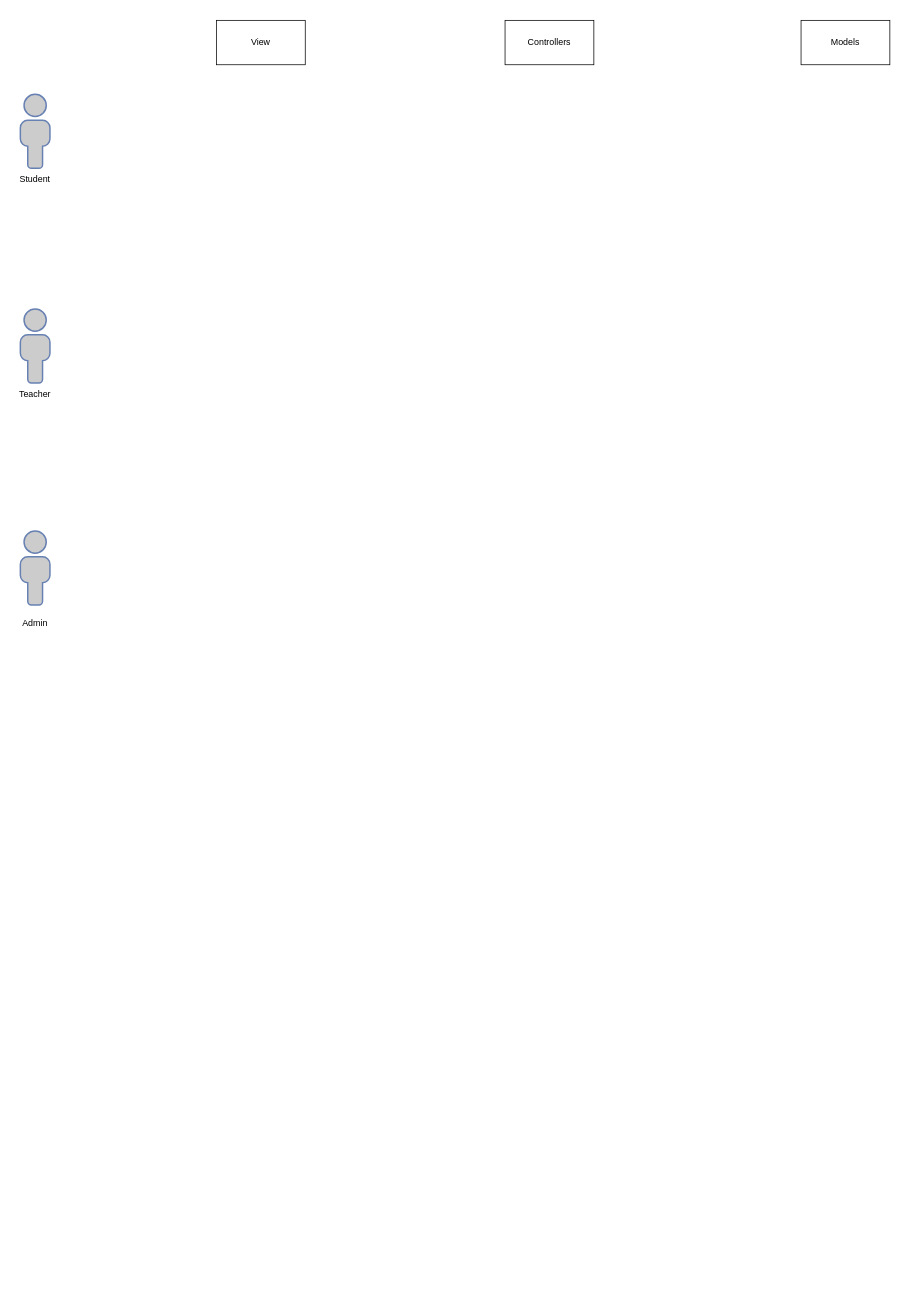
The draw.io diagram Untitled Diagram.drawio in Abbsokhan/Abbasokhan, before the edit. Source tidied: cells renumbered, new cells numbered last; positions are measured from the earlier drawing's top-left corner, leaving out a move shared by most shapes. Both pictures are drawn from the tidied source at 74%, with x=0, y=0 at pixel (13, 20).
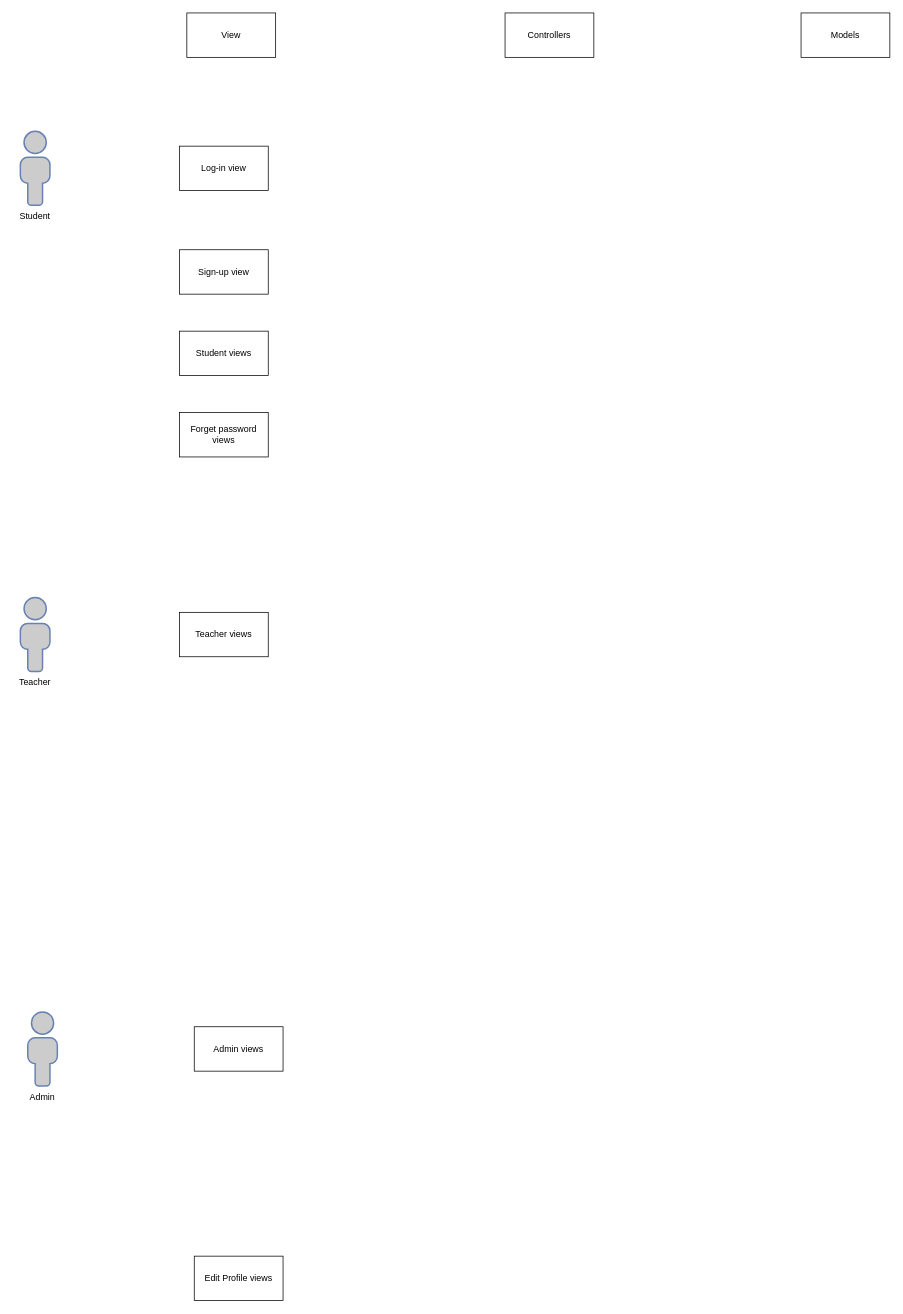
Above is the later version.

Change to the diagram source:
```diff
@@
 <mxGraphModel>
   <root>
     <mxCell id="0" />
     <mxCell id="1" parent="0" />
     <mxCell id="2" value="Student" style="text;strokeColor=none;align=center;fillColor=none;html=1;verticalAlign=middle;whiteSpace=wrap;rounded=0;" parent="1" vertex="1">
-      <mxGeometry y="200" width="60" height="30" as="geometry" />
+      <mxGeometry y="250" width="60" height="30" as="geometry" />
     </mxCell>
     <mxCell id="3" value="Teacher" style="text;strokeColor=none;align=center;fillColor=none;html=1;verticalAlign=middle;whiteSpace=wrap;rounded=0;" parent="1" vertex="1">
-      <mxGeometry y="490" width="60" height="30" as="geometry" />
+      <mxGeometry y="880" width="60" height="30" as="geometry" />
     </mxCell>
     <mxCell id="4" value="Admin" style="text;strokeColor=none;align=center;fillColor=none;html=1;verticalAlign=middle;whiteSpace=wrap;rounded=0;" parent="1" vertex="1">
-      <mxGeometry y="800" width="60" height="30" as="geometry" />
+      <mxGeometry x="10" y="1440" width="60" height="30" as="geometry" />
     </mxCell>
     <mxCell id="5" style="fontColor=#0066CC;verticalAlign=top;verticalLabelPosition=bottom;labelPosition=center;align=center;html=1;fillColor=#CCCCCC;strokeColor=#6881B3;gradientColor=none;gradientDirection=north;strokeWidth=2;shape=mxgraph.networks.user_male;shadow=0;" parent="1" vertex="1">
-      <mxGeometry x="10" y="100" width="40" height="100" as="geometry" />
+      <mxGeometry x="10" y="150" width="40" height="100" as="geometry" />
     </mxCell>
     <mxCell id="6" style="fontColor=#0066CC;verticalAlign=top;verticalLabelPosition=bottom;labelPosition=center;align=center;html=1;fillColor=#CCCCCC;strokeColor=#6881B3;gradientColor=none;gradientDirection=north;strokeWidth=2;shape=mxgraph.networks.user_male;shadow=0;" parent="1" vertex="1">
-      <mxGeometry x="10" y="390" width="40" height="100" as="geometry" />
+      <mxGeometry x="10" y="780" width="40" height="100" as="geometry" />
     </mxCell>
     <mxCell id="7" style="fontColor=#0066CC;verticalAlign=top;verticalLabelPosition=bottom;labelPosition=center;align=center;html=1;fillColor=#CCCCCC;strokeColor=#6881B3;gradientColor=none;gradientDirection=north;strokeWidth=2;shape=mxgraph.networks.user_male;shadow=0;" parent="1" vertex="1">
-      <mxGeometry x="10" y="690" width="40" height="100" as="geometry" />
+      <mxGeometry x="20" y="1340" width="40" height="100" as="geometry" />
     </mxCell>
     <mxCell id="8" value="View" style="rounded=0;whiteSpace=wrap;html=1;shadow=0;" parent="1" vertex="1">
-      <mxGeometry x="275" width="120" height="60" as="geometry" />
+      <mxGeometry x="235" y="-10" width="120" height="60" as="geometry" />
     </mxCell>
     <mxCell id="9" value="Controllers" style="rounded=0;whiteSpace=wrap;html=1;shadow=0;" parent="1" vertex="1">
-      <mxGeometry x="665" width="120" height="60" as="geometry" />
+      <mxGeometry x="665" y="-10" width="120" height="60" as="geometry" />
     </mxCell>
     <mxCell id="10" value="Models" style="rounded=0;whiteSpace=wrap;html=1;shadow=0;" parent="1" vertex="1">
-      <mxGeometry x="1065" width="120" height="60" as="geometry" />
+      <mxGeometry x="1065" y="-10" width="120" height="60" as="geometry" />
     </mxCell>
+    <mxCell id="11" value="Log-in view" style="rounded=0;whiteSpace=wrap;html=1;shadow=0;" parent="1" vertex="1">
+      <mxGeometry x="225" y="170" width="120" height="60" as="geometry" />
+    </mxCell>
+    <mxCell id="12" value="Admin views" style="rounded=0;whiteSpace=wrap;html=1;shadow=0;" parent="1" vertex="1">
+      <mxGeometry x="245" y="1360" width="120" height="60" as="geometry" />
+    </mxCell>
+    <mxCell id="13" value="Edit Profile views" style="rounded=0;whiteSpace=wrap;html=1;shadow=0;" parent="1" vertex="1">
+      <mxGeometry x="245" y="1670" width="120" height="60" as="geometry" />
+    </mxCell>
+    <mxCell id="14" value="Teacher views" style="rounded=0;whiteSpace=wrap;html=1;shadow=0;" parent="1" vertex="1">
+      <mxGeometry x="225" y="800" width="120" height="60" as="geometry" />
+    </mxCell>
+    <mxCell id="15" value="Forget password views" style="rounded=0;whiteSpace=wrap;html=1;shadow=0;" parent="1" vertex="1">
+      <mxGeometry x="225" y="530" width="120" height="60" as="geometry" />
+    </mxCell>
+    <mxCell id="16" value="Sign-up view" style="rounded=0;whiteSpace=wrap;html=1;shadow=0;" parent="1" vertex="1">
+      <mxGeometry x="225" y="310" width="120" height="60" as="geometry" />
+    </mxCell>
+    <mxCell id="17" value="Student views" style="rounded=0;whiteSpace=wrap;html=1;shadow=0;" parent="1" vertex="1">
+      <mxGeometry x="225" y="420" width="120" height="60" as="geometry" />
+    </mxCell>
   </root>
 </mxGraphModel>
```
